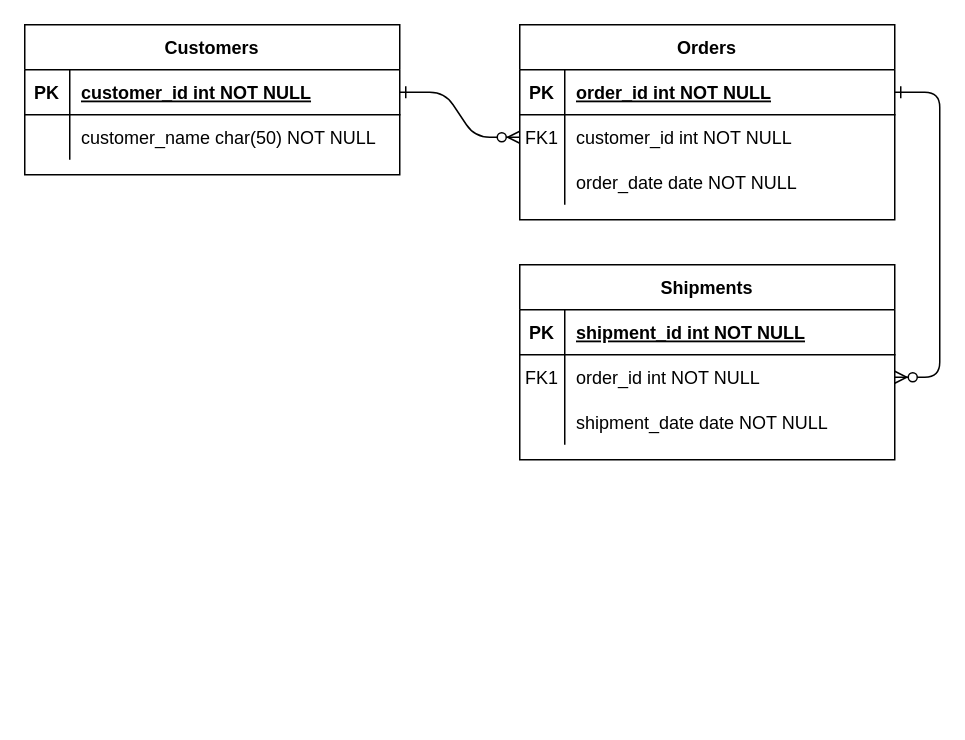
Before: Untitled Diagram.drawio in bookpark/pass-batch, a draw.io diagram. Source tidied: cells renumbered, new cells numbered last; positions are measured from the earlier drawing's top-left corner, leaving out a move shared by most shapes. Both pictures are drawn from the tidied source at 150%, with x=0, y=0 at pixel (24, 24).
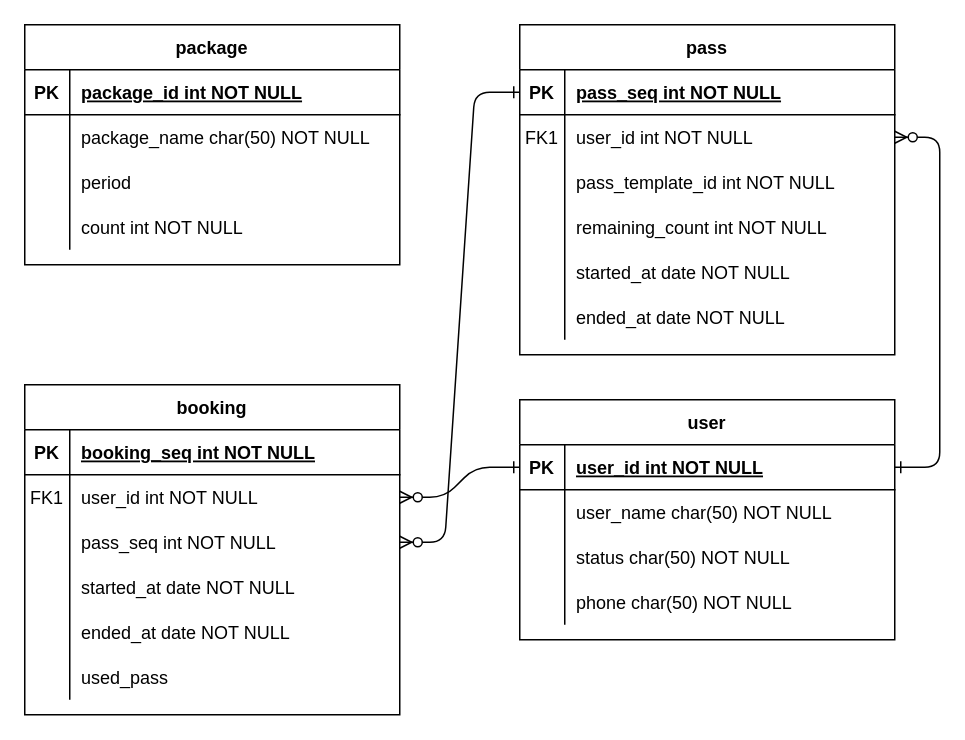
The same page after the edit.

Unchanged cells that the change refers to:
```xml
<mxCell id="5" style="shape=partialRectangle;fillColor=none;points=[[0,0.5],[1,0.5]];portConstraint=eastwest;top=0;left=0;right=0;bottom=1;" parent="4" vertex="1">
  <mxGeometry y="30" width="250" height="30" as="geometry" />
</mxCell>
<mxCell id="8" style="shape=partialRectangle;fillColor=none;points=[[0,0.5],[1,0.5]];portConstraint=eastwest;top=0;left=0;right=0;bottom=0;" parent="4" vertex="1">
  <mxGeometry y="60" width="250" height="30" as="geometry" />
</mxCell>
<mxCell id="11" style="shape=partialRectangle;fillColor=none;top=0;left=0;right=0;bottom=0;" parent="4" vertex="1">
  <mxGeometry y="90" width="250" height="30" as="geometry" />
</mxCell>
<mxCell id="15" style="shape=partialRectangle;fillColor=none;top=0;left=0;right=0;bottom=1;" parent="14" vertex="1">
  <mxGeometry y="30" width="250" height="30" as="geometry" />
</mxCell>
<mxCell id="18" style="shape=partialRectangle;fillColor=none;points=[[0,0.5],[1,0.5]];portConstraint=eastwest;top=0;left=0;right=0;bottom=0;" parent="14" vertex="1">
  <mxGeometry y="60" width="250" height="30" as="geometry" />
</mxCell>
<mxCell id="21" style="shape=partialRectangle;fillColor=none;points=[[0,0.5],[1,0.5]];portConstraint=eastwest;top=0;left=0;right=0;bottom=0;" parent="14" vertex="1">
  <mxGeometry y="90" width="250" height="30" as="geometry" />
</mxCell>
<mxCell id="25" style="shape=partialRectangle;fillColor=none;points=[[0,0.5],[1,0.5]];portConstraint=eastwest;top=0;left=0;right=0;bottom=1;" parent="24" vertex="1">
  <mxGeometry y="30" width="250" height="30" as="geometry" />
</mxCell>
<mxCell id="28" style="shape=partialRectangle;fillColor=none;top=0;left=0;right=0;bottom=0;" parent="24" vertex="1">
  <mxGeometry y="60" width="250" height="30" as="geometry" />
</mxCell>
```

The edit, as a diff of the source:
```diff
@@
-    <mxCell id="2" style="edgeStyle=entityRelationEdgeStyle;endArrow=ERzeroToMany;startArrow=ERone;endFill=1;startFill=0;" parent="1" edge="1" source="25" target="8">
+    <mxCell id="2" style="edgeStyle=entityRelationEdgeStyle;endArrow=ERzeroToMany;startArrow=ERone;endFill=1;startFill=0;exitX=1;exitY=0.5;exitDx=0;exitDy=0;" parent="1" edge="1" source="56" target="8">
       <mxGeometry relative="1" as="geometry" />
     </mxCell>
-    <mxCell id="3" style="edgeStyle=entityRelationEdgeStyle;endArrow=ERzeroToMany;startArrow=ERone;endFill=1;startFill=0;" parent="1" edge="1" source="5" target="18">
+    <mxCell id="3" style="edgeStyle=entityRelationEdgeStyle;endArrow=ERzeroToMany;startArrow=ERone;endFill=1;startFill=0;exitX=0;exitY=0.5;exitDx=0;exitDy=0;" parent="1" edge="1" source="56" target="18">
       <mxGeometry relative="1" as="geometry" />
     </mxCell>
-    <mxCell id="4" value="Orders" style="shape=table;startSize=30;childLayout=tableLayout;rowLines=0;fontStyle=1;align=center;" parent="1" vertex="1">
-      <mxGeometry x="330" width="250" height="130" as="geometry" />
+    <mxCell id="4" value="pass" style="shape=table;startSize=30;childLayout=tableLayout;rowLines=0;fontStyle=1;align=center;" parent="1" vertex="1">
+      <mxGeometry x="330" width="250" height="220" as="geometry" />
     </mxCell>
@@
-    <mxCell id="7" value="order_id int NOT NULL " style="shape=partialRectangle;overflow=hidden;fillColor=none;top=0;left=0;bottom=0;right=0;align=left;spacingLeft=6;fontStyle=5;" parent="5" vertex="1">
+    <mxCell id="7" value="pass_seq int NOT NULL " style="shape=partialRectangle;overflow=hidden;fillColor=none;top=0;left=0;bottom=0;right=0;align=left;spacingLeft=6;fontStyle=5;" parent="5" vertex="1">
       <mxGeometry x="30" width="220" height="30" as="geometry" />
     </mxCell>
@@
-    <mxCell id="10" value="customer_id int NOT NULL" style="shape=partialRectangle;overflow=hidden;fillColor=none;top=0;left=0;bottom=0;right=0;align=left;spacingLeft=6;" parent="8" vertex="1">
+    <mxCell id="10" value="user_id int NOT NULL" style="shape=partialRectangle;overflow=hidden;fillColor=none;top=0;left=0;bottom=0;right=0;align=left;spacingLeft=6;" parent="8" vertex="1">
       <mxGeometry x="30" width="220" height="30" as="geometry" />
     </mxCell>
@@
-    <mxCell id="13" value="order_date date NOT NULL" style="shape=partialRectangle;overflow=hidden;fillColor=none;top=0;left=0;bottom=0;right=0;align=left;spacingLeft=6;" parent="11" vertex="1">
+    <mxCell id="13" value="pass_template_id int NOT NULL" style="shape=partialRectangle;overflow=hidden;fillColor=none;top=0;left=0;bottom=0;right=0;align=left;spacingLeft=6;" parent="11" vertex="1">
       <mxGeometry x="30" width="220" height="30" as="geometry" />
     </mxCell>
+    <mxCell id="31" style="shape=partialRectangle;fillColor=none;top=0;left=0;right=0;bottom=0;" parent="4" vertex="1">
+      <mxGeometry y="120" width="250" height="30" as="geometry" />
+    </mxCell>
+    <mxCell id="32" style="shape=partialRectangle;overflow=hidden;fillColor=none;top=0;left=0;bottom=0;right=0;" parent="31" vertex="1">
+      <mxGeometry width="30" height="30" as="geometry" />
+    </mxCell>
+    <mxCell id="33" value="remaining_count int NOT NULL" style="shape=partialRectangle;overflow=hidden;fillColor=none;top=0;left=0;bottom=0;right=0;align=left;spacingLeft=6;" parent="31" vertex="1">
+      <mxGeometry x="30" width="220" height="30" as="geometry" />
+    </mxCell>
+    <mxCell id="34" style="shape=partialRectangle;fillColor=none;top=0;left=0;right=0;bottom=0;" parent="4" vertex="1">
+      <mxGeometry y="150" width="250" height="30" as="geometry" />
+    </mxCell>
+    <mxCell id="35" style="shape=partialRectangle;overflow=hidden;fillColor=none;top=0;left=0;bottom=0;right=0;" parent="34" vertex="1">
+      <mxGeometry width="30" height="30" as="geometry" />
+    </mxCell>
+    <mxCell id="36" value="started_at date NOT NULL" style="shape=partialRectangle;overflow=hidden;fillColor=none;top=0;left=0;bottom=0;right=0;align=left;spacingLeft=6;" parent="34" vertex="1">
+      <mxGeometry x="30" width="220" height="30" as="geometry" />
+    </mxCell>
+    <mxCell id="37" style="shape=partialRectangle;fillColor=none;top=0;left=0;right=0;bottom=0;" parent="4" vertex="1">
+      <mxGeometry y="180" width="250" height="30" as="geometry" />
+    </mxCell>
+    <mxCell id="38" style="shape=partialRectangle;overflow=hidden;fillColor=none;top=0;left=0;bottom=0;right=0;" parent="37" vertex="1">
+      <mxGeometry width="30" height="30" as="geometry" />
+    </mxCell>
+    <mxCell id="39" value="ended_at date NOT NULL" style="shape=partialRectangle;overflow=hidden;fillColor=none;top=0;left=0;bottom=0;right=0;align=left;spacingLeft=6;" parent="37" vertex="1">
+      <mxGeometry x="30" width="220" height="30" as="geometry" />
+    </mxCell>
-    <mxCell id="14" value="Shipments" style="shape=table;startSize=30;childLayout=tableLayout;rowLines=0;fontStyle=1;align=center;" parent="1" vertex="1">
-      <mxGeometry x="330" y="160" width="250" height="130" as="geometry" />
+    <mxCell id="14" value="booking" style="shape=table;startSize=30;childLayout=tableLayout;rowLines=0;fontStyle=1;align=center;" parent="1" vertex="1">
+      <mxGeometry y="240" width="250" height="220" as="geometry" />
     </mxCell>
@@
-    <mxCell id="17" value="shipment_id int NOT NULL " style="shape=partialRectangle;overflow=hidden;fillColor=none;top=0;left=0;bottom=0;right=0;align=left;spacingLeft=6;fontStyle=5;" parent="15" vertex="1">
+    <mxCell id="17" value="booking_seq int NOT NULL " style="shape=partialRectangle;overflow=hidden;fillColor=none;top=0;left=0;bottom=0;right=0;align=left;spacingLeft=6;fontStyle=5;" parent="15" vertex="1">
       <mxGeometry x="30" width="220" height="30" as="geometry" />
     </mxCell>
@@
-    <mxCell id="20" value="order_id int NOT NULL" style="shape=partialRectangle;overflow=hidden;fillColor=none;top=0;left=0;bottom=0;right=0;align=left;spacingLeft=6;" parent="18" vertex="1">
+    <mxCell id="20" value="user_id int NOT NULL" style="shape=partialRectangle;overflow=hidden;fillColor=none;top=0;left=0;bottom=0;right=0;align=left;spacingLeft=6;" parent="18" vertex="1">
       <mxGeometry x="30" width="220" height="30" as="geometry" />
     </mxCell>
@@
-    <mxCell id="23" value="shipment_date date NOT NULL" style="shape=partialRectangle;overflow=hidden;fillColor=none;top=0;left=0;bottom=0;right=0;align=left;spacingLeft=6;" parent="21" vertex="1">
+    <mxCell id="23" value="pass_seq int NOT NULL" style="shape=partialRectangle;overflow=hidden;fillColor=none;top=0;left=0;bottom=0;right=0;align=left;spacingLeft=6;" parent="21" vertex="1">
       <mxGeometry x="30" width="220" height="30" as="geometry" />
     </mxCell>
+    <mxCell id="40" style="shape=partialRectangle;fillColor=none;top=0;left=0;right=0;bottom=0;" parent="14" vertex="1">
+      <mxGeometry y="120" width="250" height="30" as="geometry" />
+    </mxCell>
+    <mxCell id="41" style="shape=partialRectangle;overflow=hidden;fillColor=none;top=0;left=0;bottom=0;right=0;" parent="40" vertex="1">
+      <mxGeometry width="30" height="30" as="geometry" />
+    </mxCell>
+    <mxCell id="42" value="started_at date NOT NULL" style="shape=partialRectangle;overflow=hidden;fillColor=none;top=0;left=0;bottom=0;right=0;align=left;spacingLeft=6;" parent="40" vertex="1">
+      <mxGeometry x="30" width="220" height="30" as="geometry" />
+    </mxCell>
+    <mxCell id="43" style="shape=partialRectangle;fillColor=none;top=0;left=0;right=0;bottom=0;" parent="14" vertex="1">
+      <mxGeometry y="150" width="250" height="30" as="geometry" />
+    </mxCell>
+    <mxCell id="44" style="shape=partialRectangle;overflow=hidden;fillColor=none;top=0;left=0;bottom=0;right=0;" parent="43" vertex="1">
+      <mxGeometry width="30" height="30" as="geometry" />
+    </mxCell>
+    <mxCell id="45" value="ended_at date NOT NULL" style="shape=partialRectangle;overflow=hidden;fillColor=none;top=0;left=0;bottom=0;right=0;align=left;spacingLeft=6;" parent="43" vertex="1">
+      <mxGeometry x="30" width="220" height="30" as="geometry" />
+    </mxCell>
+    <mxCell id="46" style="shape=partialRectangle;fillColor=none;top=0;left=0;right=0;bottom=0;" parent="14" vertex="1">
+      <mxGeometry y="180" width="250" height="30" as="geometry" />
+    </mxCell>
+    <mxCell id="47" style="shape=partialRectangle;overflow=hidden;fillColor=none;top=0;left=0;bottom=0;right=0;" parent="46" vertex="1">
+      <mxGeometry width="30" height="30" as="geometry" />
+    </mxCell>
+    <mxCell id="48" value="used_pass" style="shape=partialRectangle;overflow=hidden;fillColor=none;top=0;left=0;bottom=0;right=0;align=left;spacingLeft=6;" parent="46" vertex="1">
+      <mxGeometry x="30" width="220" height="30" as="geometry" />
+    </mxCell>
-    <mxCell id="24" value="Customers" style="shape=table;startSize=30;childLayout=tableLayout;rowLines=0;fontStyle=1;align=center;" parent="1" vertex="1">
-      <mxGeometry width="250" height="100" as="geometry" />
+    <mxCell id="24" value="package" style="shape=table;startSize=30;childLayout=tableLayout;rowLines=0;fontStyle=1;align=center;" parent="1" vertex="1">
+      <mxGeometry width="250" height="160" as="geometry" />
     </mxCell>
@@
-    <mxCell id="27" value="customer_id int NOT NULL " style="shape=partialRectangle;overflow=hidden;fillColor=none;top=0;left=0;bottom=0;right=0;align=left;spacingLeft=6;fontStyle=5;" parent="25" vertex="1">
+    <mxCell id="27" value="package_id int NOT NULL " style="shape=partialRectangle;overflow=hidden;fillColor=none;top=0;left=0;bottom=0;right=0;align=left;spacingLeft=6;fontStyle=5;" parent="25" vertex="1">
       <mxGeometry x="30" width="220" height="30" as="geometry" />
     </mxCell>
@@
-    <mxCell id="30" value="customer_name char(50) NOT NULL" style="shape=partialRectangle;overflow=hidden;fillColor=none;top=0;left=0;bottom=0;right=0;align=left;spacingLeft=6;" parent="28" vertex="1">
+    <mxCell id="30" value="package_name char(50) NOT NULL" style="shape=partialRectangle;overflow=hidden;fillColor=none;top=0;left=0;bottom=0;right=0;align=left;spacingLeft=6;" parent="28" vertex="1">
       <mxGeometry x="30" width="220" height="30" as="geometry" />
     </mxCell>
+    <mxCell id="49" style="shape=partialRectangle;fillColor=none;top=0;left=0;right=0;bottom=0;" parent="24" vertex="1">
+      <mxGeometry y="90" width="250" height="30" as="geometry" />
+    </mxCell>
+    <mxCell id="50" style="shape=partialRectangle;overflow=hidden;fillColor=none;top=0;left=0;bottom=0;right=0;" parent="49" vertex="1">
+      <mxGeometry width="30" height="30" as="geometry" />
+    </mxCell>
+    <mxCell id="51" value="period" style="shape=partialRectangle;overflow=hidden;fillColor=none;top=0;left=0;bottom=0;right=0;align=left;spacingLeft=6;" parent="49" vertex="1">
+      <mxGeometry x="30" width="220" height="30" as="geometry" />
+    </mxCell>
+    <mxCell id="52" style="shape=partialRectangle;fillColor=none;top=0;left=0;right=0;bottom=0;" parent="24" vertex="1">
+      <mxGeometry y="120" width="250" height="30" as="geometry" />
+    </mxCell>
+    <mxCell id="53" style="shape=partialRectangle;overflow=hidden;fillColor=none;top=0;left=0;bottom=0;right=0;" parent="52" vertex="1">
+      <mxGeometry width="30" height="30" as="geometry" />
+    </mxCell>
+    <mxCell id="54" value="count int NOT NULL" style="shape=partialRectangle;overflow=hidden;fillColor=none;top=0;left=0;bottom=0;right=0;align=left;spacingLeft=6;" parent="52" vertex="1">
+      <mxGeometry x="30" width="220" height="30" as="geometry" />
+    </mxCell>
+    <mxCell id="55" value="user" style="shape=table;startSize=30;childLayout=tableLayout;rowLines=0;fontStyle=1;align=center;" parent="1" vertex="1">
+      <mxGeometry x="330" y="250" width="250" height="160" as="geometry" />
+    </mxCell>
+    <mxCell id="56" style="shape=partialRectangle;fillColor=none;points=[[0,0.5],[1,0.5]];portConstraint=eastwest;top=0;left=0;right=0;bottom=1;" parent="55" vertex="1">
+      <mxGeometry y="30" width="250" height="30" as="geometry" />
+    </mxCell>
+    <mxCell id="57" value="PK" style="shape=partialRectangle;overflow=hidden;fillColor=none;top=0;left=0;bottom=0;right=0;fontStyle=1;" parent="56" vertex="1">
+      <mxGeometry width="30" height="30" as="geometry" />
+    </mxCell>
+    <mxCell id="58" value="user_id int NOT NULL " style="shape=partialRectangle;overflow=hidden;fillColor=none;top=0;left=0;bottom=0;right=0;align=left;spacingLeft=6;fontStyle=5;" parent="56" vertex="1">
+      <mxGeometry x="30" width="220" height="30" as="geometry" />
+    </mxCell>
+    <mxCell id="59" style="shape=partialRectangle;fillColor=none;top=0;left=0;right=0;bottom=0;" parent="55" vertex="1">
+      <mxGeometry y="60" width="250" height="30" as="geometry" />
+    </mxCell>
+    <mxCell id="60" style="shape=partialRectangle;overflow=hidden;fillColor=none;top=0;left=0;bottom=0;right=0;" parent="59" vertex="1">
+      <mxGeometry width="30" height="30" as="geometry" />
+    </mxCell>
+    <mxCell id="61" value="user_name char(50) NOT NULL" style="shape=partialRectangle;overflow=hidden;fillColor=none;top=0;left=0;bottom=0;right=0;align=left;spacingLeft=6;" parent="59" vertex="1">
+      <mxGeometry x="30" width="220" height="30" as="geometry" />
+    </mxCell>
+    <mxCell id="62" style="shape=partialRectangle;fillColor=none;top=0;left=0;right=0;bottom=0;" parent="55" vertex="1">
+      <mxGeometry y="90" width="250" height="30" as="geometry" />
+    </mxCell>
+    <mxCell id="63" style="shape=partialRectangle;overflow=hidden;fillColor=none;top=0;left=0;bottom=0;right=0;" parent="62" vertex="1">
+      <mxGeometry width="30" height="30" as="geometry" />
+    </mxCell>
+    <mxCell id="64" value="status char(50) NOT NULL" style="shape=partialRectangle;overflow=hidden;fillColor=none;top=0;left=0;bottom=0;right=0;align=left;spacingLeft=6;" parent="62" vertex="1">
+      <mxGeometry x="30" width="220" height="30" as="geometry" />
+    </mxCell>
+    <mxCell id="65" style="shape=partialRectangle;fillColor=none;top=0;left=0;right=0;bottom=0;" parent="55" vertex="1">
+      <mxGeometry y="120" width="250" height="30" as="geometry" />
+    </mxCell>
+    <mxCell id="66" style="shape=partialRectangle;overflow=hidden;fillColor=none;top=0;left=0;bottom=0;right=0;" parent="65" vertex="1">
+      <mxGeometry width="30" height="30" as="geometry" />
+    </mxCell>
+    <mxCell id="67" value="phone char(50) NOT NULL" style="shape=partialRectangle;overflow=hidden;fillColor=none;top=0;left=0;bottom=0;right=0;align=left;spacingLeft=6;" parent="65" vertex="1">
+      <mxGeometry x="30" width="220" height="30" as="geometry" />
+    </mxCell>
+    <mxCell id="68" style="edgeStyle=entityRelationEdgeStyle;endArrow=ERzeroToMany;startArrow=ERone;endFill=1;startFill=0;exitX=0;exitY=0.5;exitDx=0;exitDy=0;entryX=1;entryY=0.5;entryDx=0;entryDy=0;" parent="1" edge="1" source="5" target="21">
+      <mxGeometry relative="1" as="geometry" />
+    </mxCell>
```
